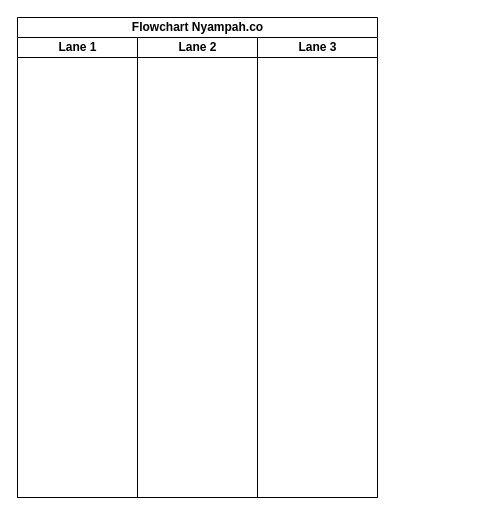
wfksmseaa/wfksmseaa keeps this draw.io diagram as Untitled Diagram.drawio. Above is the earlier version. Source tidied: cells renumbered, new cells numbered last; positions are measured from the earlier drawing's top-left corner, leaving out a move shared by most shapes. Both pictures are drawn from the tidied source at 100%, with x=0, y=0 at pixel (17, 17).
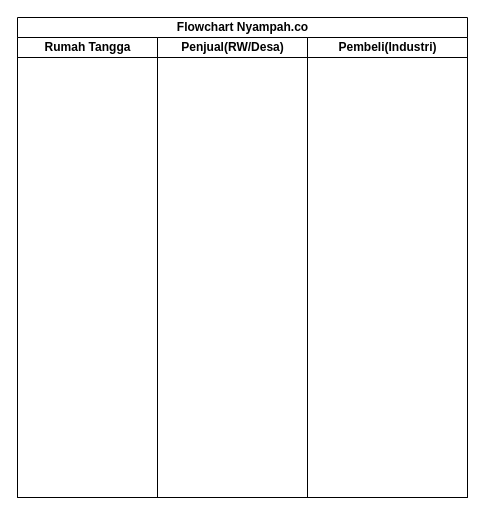
The same diagram, later.

What changed in the source:
```diff
@@
 <mxGraphModel>
   <root>
     <mxCell id="0" />
     <mxCell id="1" parent="0" />
     <mxCell id="2" value="Flowchart Nyampah.co" style="swimlane;startSize=20;html=1;" parent="1" vertex="1">
-      <mxGeometry width="360" height="480" as="geometry" />
+      <mxGeometry width="450" height="480" as="geometry" />
     </mxCell>
-    <mxCell id="3" value="Lane 1" style="swimlane;startSize=20;html=1;" parent="2" vertex="1">
-      <mxGeometry y="20" width="120" height="460" as="geometry" />
+    <mxCell id="3" value="Rumah Tangga" style="swimlane;startSize=20;html=1;" parent="2" vertex="1">
+      <mxGeometry y="20" width="140" height="460" as="geometry" />
     </mxCell>
-    <mxCell id="4" value="Lane 2" style="swimlane;startSize=20;html=1;" parent="2" vertex="1">
-      <mxGeometry x="120" y="20" width="120" height="460" as="geometry" />
+    <mxCell id="4" value="Penjual(RW/Desa)" style="swimlane;startSize=20;html=1;" parent="2" vertex="1">
+      <mxGeometry x="140" y="20" width="150" height="460" as="geometry" />
     </mxCell>
-    <mxCell id="5" value="Lane 3" style="swimlane;startSize=20;html=1;" parent="2" vertex="1">
-      <mxGeometry x="240" y="20" width="120" height="460" as="geometry" />
+    <mxCell id="5" value="Pembeli(Industri)" style="swimlane;startSize=20;html=1;" parent="2" vertex="1">
+      <mxGeometry x="290" y="20" width="160" height="460" as="geometry" />
     </mxCell>
   </root>
 </mxGraphModel>
```
